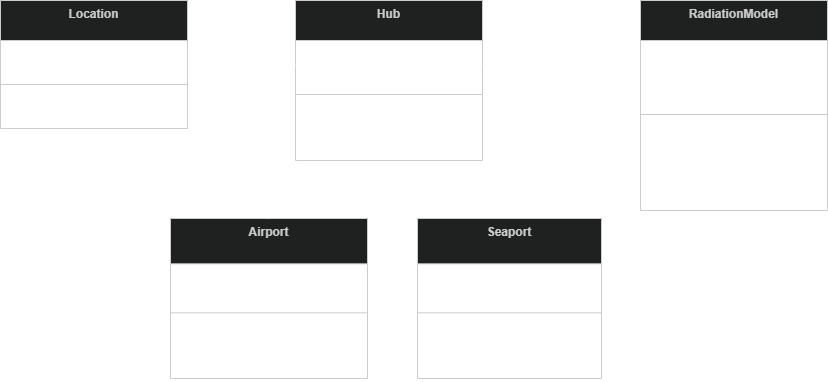
jeromemaiquez/gme205-lab6 keeps this draw.io diagram as uml/Gme205_FinalProject_UML_.drawio.png. Above is the earlier version. Source tidied: cells renumbered, new cells last; positions are measured from the earlier drawing's top-left corner, leaving out a move shared by most shapes.
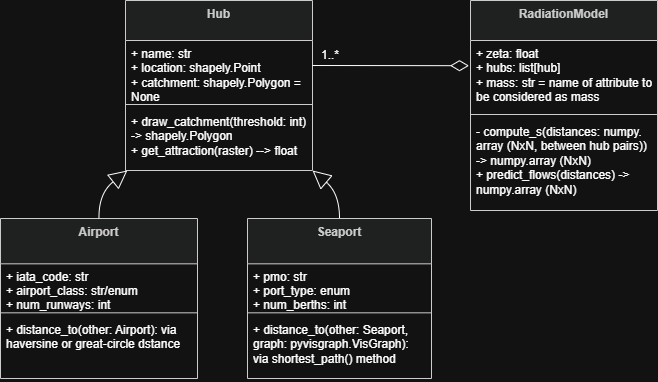
After the commit.

Commit message:
Revised own UML diagram

What changed in the source:
```diff
@@ -3,16 +3,16 @@
     <mxCell id="0" />
     <mxCell id="1" parent="0" />
     <mxCell id="2" value="Hub" style="swimlane;fontStyle=1;align=center;verticalAlign=top;horizontal=1;startSize=40;fillColor=light-dark(#eeeeee,#1f2020);strokeColor=light-dark(#999999,#cccccc);fontColor=light-dark(#333333,#cccccc);" parent="1" vertex="1">
-      <mxGeometry x="295" width="187" height="160" as="geometry" />
+      <mxGeometry x="295" width="187" height="170" as="geometry" />
     </mxCell>
-    <mxCell id="3" value="+ name: str&#10;+ catchment: shapely.Polygon = None" style="text;strokeColor=none;fillColor=none;align=left;verticalAlign=top;spacingLeft=4;spacingRight=4;overflow=hidden;points=[[0,0.5],[1,0.5]];portConstraint=eastwest;whiteSpace=wrap;" parent="2" vertex="1">
-      <mxGeometry y="40" width="187" height="50" as="geometry" />
+    <mxCell id="3" value="+ name: str&#10;+ location: shapely.Point&#10;+ catchment: shapely.Polygon = None" style="text;strokeColor=none;fillColor=none;align=left;verticalAlign=top;spacingLeft=4;spacingRight=4;overflow=hidden;points=[[0,0.5],[1,0.5]];portConstraint=eastwest;whiteSpace=wrap;" parent="2" vertex="1">
+      <mxGeometry y="40" width="187" height="60" as="geometry" />
     </mxCell>
     <mxCell id="4" style="line;strokeWidth=1;fillColor=none;align=left;verticalAlign=middle;spacingTop=-1;spacingLeft=3;spacingRight=3;labelPosition=right;strokeColor=inherit;" parent="2" vertex="1">
-      <mxGeometry y="90" width="187" height="8" as="geometry" />
+      <mxGeometry y="100" width="187" height="8" as="geometry" />
     </mxCell>
     <mxCell id="5" value="+ draw_catchment(threshold: int) -&gt; shapely.Polygon&#10;+ get_attraction(raster) --&gt; float&#10;" style="text;strokeColor=none;fillColor=none;align=left;verticalAlign=top;spacingLeft=4;spacingRight=4;overflow=hidden;whiteSpace=wrap;" parent="2" vertex="1">
-      <mxGeometry y="98" width="187" height="62" as="geometry" />
+      <mxGeometry y="108" width="187" height="62" as="geometry" />
     </mxCell>
     <mxCell id="6" value="Airport" style="swimlane;fontStyle=1;align=center;verticalAlign=top;horizontal=1;startSize=45.333333333333336;fillColor=light-dark(#eeeeee,#1f2020);strokeColor=light-dark(#999999,#cccccc);fontColor=light-dark(#333333,#cccccc);" parent="1" vertex="1">
       <mxGeometry x="170" y="218" width="197" height="160" as="geometry" />
@@ -52,23 +52,6 @@
         </Array>
       </mxGeometry>
     </mxCell>
-    <mxCell id="16" value="Location" style="swimlane;fontStyle=1;align=center;verticalAlign=top;horizontal=1;startSize=40;fillColor=light-dark(#eeeeee,#1f2020);strokeColor=light-dark(#999999,#cccccc);fontColor=light-dark(#333333,#cccccc);" parent="1" vertex="1">
-      <mxGeometry width="187" height="128" as="geometry" />
-    </mxCell>
-    <mxCell id="17" value="+ x: float (-90 to +90)&#10;+ y: float (-180 to +180)" style="text;strokeColor=none;fillColor=none;align=left;verticalAlign=top;spacingLeft=4;spacingRight=4;overflow=hidden;" parent="16" vertex="1">
-      <mxGeometry y="40" width="187" height="40" as="geometry" />
-    </mxCell>
-    <mxCell id="18" style="line;strokeWidth=1;fillColor=none;align=left;verticalAlign=middle;spacingTop=-1;spacingLeft=3;spacingRight=3;labelPosition=right;strokeColor=inherit;" parent="16" vertex="1">
-      <mxGeometry y="80" width="187" height="8" as="geometry" />
-    </mxCell>
-    <mxCell id="19" value="+ distance_to(other: Location): float" style="text;strokeColor=none;fillColor=none;align=left;verticalAlign=top;spacingLeft=4;spacingRight=4;overflow=hidden;whiteSpace=wrap;" parent="16" vertex="1">
-      <mxGeometry y="88" width="187" height="40" as="geometry" />
-    </mxCell>
-    <mxCell id="20" style="endArrow=block;html=1;rounded=0;fontSize=12;startSize=8;endSize=16;curved=1;exitX=0;exitY=0.5;exitDx=0;exitDy=0;startArrow=none;startFill=0;endFill=0;" parent="1" edge="1" source="3">
-      <mxGeometry relative="1" as="geometry">
-        <mxPoint x="190" y="65" as="targetPoint" />
-      </mxGeometry>
-    </mxCell>
     <mxCell id="21" value="RadiationModel" style="swimlane;fontStyle=1;align=center;verticalAlign=top;horizontal=1;startSize=40;fillColor=light-dark(#eeeeee,#1f2020);strokeColor=light-dark(#999999,#cccccc);fontColor=light-dark(#333333,#cccccc);" parent="1" vertex="1">
       <mxGeometry x="640" width="187" height="210" as="geometry" />
     </mxCell>
@@ -81,8 +64,10 @@
     <mxCell id="24" value="- compute_s(distances: numpy. array (NxN, between hub pairs)) -&gt; numpy.array (NxN)&#10;+ predict_flows(distances) -&gt; numpy.array (NxN)&#10;" style="text;strokeColor=none;fillColor=none;align=left;verticalAlign=top;spacingLeft=4;spacingRight=4;overflow=hidden;whiteSpace=wrap;" parent="21" vertex="1">
       <mxGeometry y="118" width="187" height="92" as="geometry" />
     </mxCell>
-    <mxCell id="25" style="endArrow=diamondThin;html=1;rounded=0;fontSize=12;startSize=8;endSize=16;curved=1;exitX=1;exitY=0.5;exitDx=0;exitDy=0;startArrow=none;startFill=0;endFill=0;entryX=-0.008;entryY=0.36;entryDx=0;entryDy=0;entryPerimeter=0;" parent="1" edge="1" source="3" target="22">
-      <mxGeometry relative="1" as="geometry" />
+    <mxCell id="25" style="endArrow=diamondThin;html=1;rounded=0;fontSize=12;startSize=8;endSize=16;curved=1;startArrow=none;startFill=0;endFill=0;entryX=-0.008;entryY=0.36;entryDx=0;entryDy=0;entryPerimeter=0;" parent="1" edge="1" target="22">
+      <mxGeometry relative="1" as="geometry">
+        <mxPoint x="482" y="65" as="sourcePoint" />
+      </mxGeometry>
     </mxCell>
     <mxCell id="26" value="1..*" style="text;html=1;whiteSpace=wrap;strokeColor=none;fillColor=none;align=center;verticalAlign=middle;rounded=0;" parent="1" vertex="1">
       <mxGeometry x="470" y="40" width="60" height="30" as="geometry" />
```
